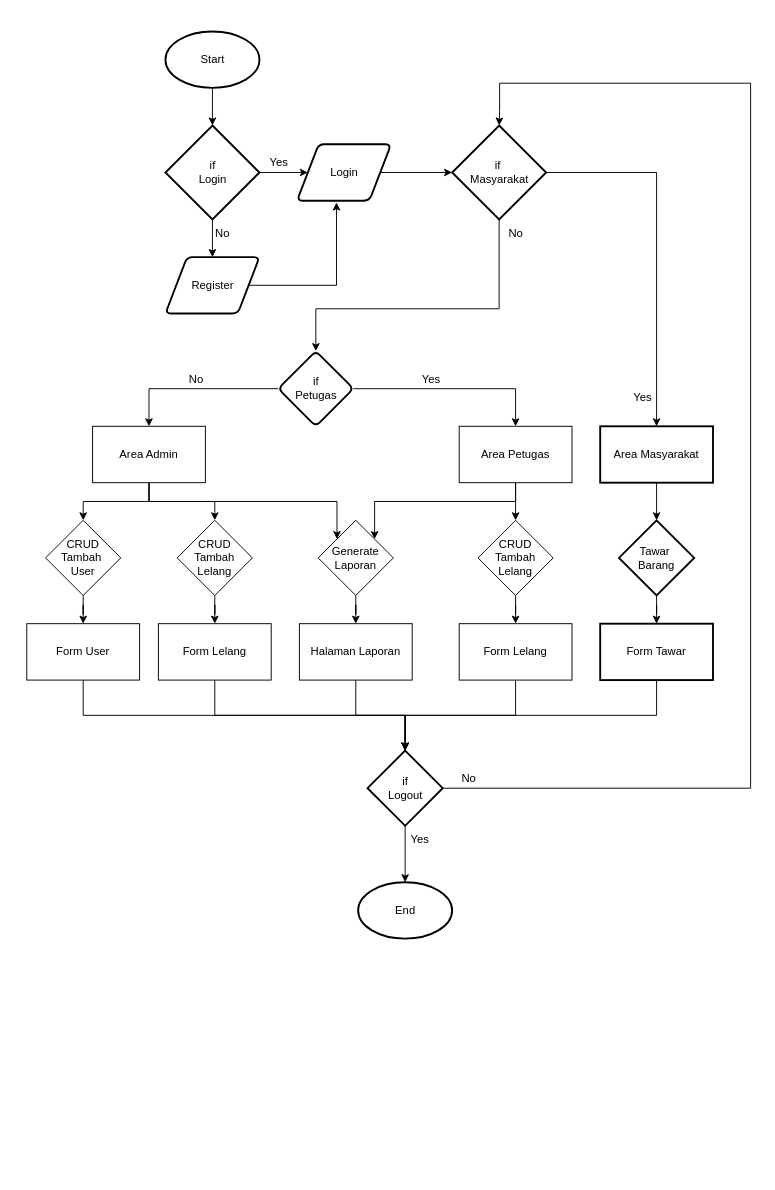
Earlier version of the draw.io diagram page "Flowchart" (2 of 7) of Untitled Diagram.drawio (Enricko/UML). Source tidied: cells renumbered, new cells numbered last; positions are measured from the earlier drawing's top-left corner, leaving out a move shared by most shapes. Both pictures are drawn from the tidied source at 94%, with x=0, y=0 at pixel (26, 31).
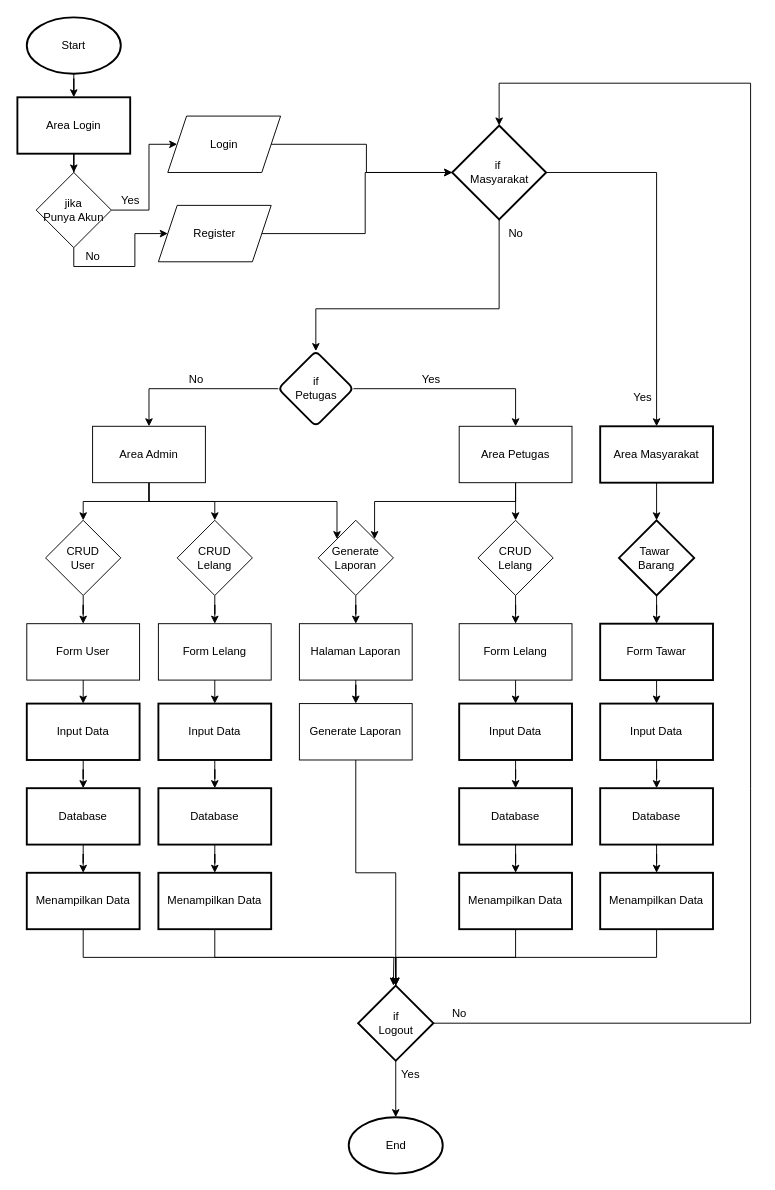
The same page after the edit.

The change refers to these unchanged cells:
```xml
<mxCell id="15" value="if&amp;nbsp;&lt;br&gt;Masyarakat" style="strokeWidth=2;html=1;shape=mxgraph.flowchart.decision;whiteSpace=wrap;" parent="1" vertex="1">
  <mxGeometry x="452.5" y="100" width="100" height="100" as="geometry" />
</mxCell>
<mxCell id="22" value="Form Tawar" style="whiteSpace=wrap;html=1;strokeWidth=2;" parent="1" vertex="1">
  <mxGeometry x="610" y="630" width="120" height="60" as="geometry" />
</mxCell>
<mxCell id="43" value="Form User" style="whiteSpace=wrap;html=1;rounded=0;" parent="1" vertex="1">
  <mxGeometry y="630" width="120" height="60" as="geometry" />
</mxCell>
<mxCell id="47" value="Form Lelang" style="whiteSpace=wrap;html=1;rounded=0;" parent="1" vertex="1">
  <mxGeometry x="460" y="630" width="120" height="60" as="geometry" />
</mxCell>
<mxCell id="51" value="Form Lelang" style="whiteSpace=wrap;html=1;rounded=0;" parent="1" vertex="1">
  <mxGeometry x="140" y="630" width="120" height="60" as="geometry" />
</mxCell>
<mxCell id="55" value="Halaman Laporan" style="whiteSpace=wrap;html=1;rounded=0;" parent="1" vertex="1">
  <mxGeometry x="290" y="630" width="120" height="60" as="geometry" />
</mxCell>
```

Diff of the diagram source:
```diff
@@
-    <mxCell id="2" style="edgeStyle=orthogonalEdgeStyle;rounded=0;jettySize=auto;html=1;exitX=0.5;exitY=1;exitDx=0;exitDy=0;exitPerimeter=0;entryX=0.5;entryY=0;entryDx=0;entryDy=0;entryPerimeter=0;" parent="1" edge="1" source="3" target="6">
-      <mxGeometry relative="1" as="geometry" />
-    </mxCell>
+    <mxCell id="58" style="edgeStyle=orthogonalEdgeStyle;rounded=0;jettySize=auto;html=1;" parent="1" edge="1" source="3" target="62">
+      <mxGeometry relative="1" as="geometry" />
+    </mxCell>
     <mxCell id="3" value="Start" style="strokeWidth=2;html=1;shape=mxgraph.flowchart.start_1;whiteSpace=wrap;" parent="1" vertex="1">
-      <mxGeometry x="147.5" width="100" height="60" as="geometry" />
+      <mxGeometry y="-15" width="100" height="60" as="geometry" />
     </mxCell>
-    <mxCell id="4" style="edgeStyle=orthogonalEdgeStyle;rounded=0;jettySize=auto;html=1;exitX=1;exitY=0.5;exitDx=0;exitDy=0;exitPerimeter=0;entryX=0;entryY=0.5;entryDx=0;entryDy=0;" parent="1" edge="1" source="6" target="10">
-      <mxGeometry relative="1" as="geometry" />
-    </mxCell>
-    <mxCell id="5" style="edgeStyle=orthogonalEdgeStyle;rounded=0;jettySize=auto;html=1;exitX=0.5;exitY=1;exitDx=0;exitDy=0;exitPerimeter=0;entryX=0.5;entryY=0;entryDx=0;entryDy=0;" parent="1" edge="1" source="6" target="8">
-      <mxGeometry relative="1" as="geometry" />
-    </mxCell>
-    <mxCell id="6" value="if&lt;br&gt;Login" style="strokeWidth=2;html=1;shape=mxgraph.flowchart.decision;whiteSpace=wrap;" parent="1" vertex="1">
-      <mxGeometry x="147.5" y="100" width="100" height="100" as="geometry" />
-    </mxCell>
-    <mxCell id="7" style="edgeStyle=orthogonalEdgeStyle;rounded=0;jettySize=auto;html=1;exitX=1;exitY=0.5;exitDx=0;exitDy=0;entryX=0.42;entryY=1.033;entryDx=0;entryDy=0;entryPerimeter=0;" parent="1" edge="1" source="8" target="10">
-      <mxGeometry relative="1" as="geometry" />
-    </mxCell>
-    <mxCell id="8" value="Register" style="shape=parallelogram;html=1;strokeWidth=2;perimeter=parallelogramPerimeter;whiteSpace=wrap;rounded=1;arcSize=12;size=0.23;" parent="1" vertex="1">
-      <mxGeometry x="147.5" y="240" width="100" height="60" as="geometry" />
-    </mxCell>
-    <mxCell id="9" style="edgeStyle=orthogonalEdgeStyle;rounded=0;jettySize=auto;html=1;exitX=1;exitY=0.5;exitDx=0;exitDy=0;entryX=0;entryY=0.5;entryDx=0;entryDy=0;entryPerimeter=0;" parent="1" edge="1" source="10" target="15">
-      <mxGeometry relative="1" as="geometry" />
-    </mxCell>
-    <mxCell id="10" value="Login" style="shape=parallelogram;html=1;strokeWidth=2;perimeter=parallelogramPerimeter;whiteSpace=wrap;rounded=1;arcSize=12;size=0.23;" parent="1" vertex="1">
-      <mxGeometry x="287.5" y="120" width="100" height="60" as="geometry" />
-    </mxCell>
-    <mxCell id="11" value="Yes" style="text;html=1;align=center;verticalAlign=middle;strokeColor=none;fillColor=none;" parent="1" vertex="1">
-      <mxGeometry x="247.5" y="125" width="40" height="30" as="geometry" />
-    </mxCell>
-    <mxCell id="12" value="No" style="text;html=1;align=center;verticalAlign=middle;strokeColor=none;fillColor=none;" parent="1" vertex="1">
-      <mxGeometry x="187.5" y="200" width="40" height="30" as="geometry" />
-    </mxCell>
@@
-    <mxCell id="21" style="edgeStyle=orthogonalEdgeStyle;rounded=0;jettySize=auto;html=1;exitX=0.5;exitY=1;exitDx=0;exitDy=0;entryX=0.5;entryY=0;entryDx=0;entryDy=0;" parent="1" edge="1" source="22" target="25">
-      <mxGeometry relative="1" as="geometry" />
-    </mxCell>
@@
     <mxCell id="25" value="if&lt;br&gt;Logout" style="rhombus;whiteSpace=wrap;html=1;strokeWidth=2;" parent="1" vertex="1">
-      <mxGeometry x="362.5" y="765" width="80" height="80" as="geometry" />
+      <mxGeometry x="352.5" y="1015" width="80" height="80" as="geometry" />
     </mxCell>
     <mxCell id="26" value="End" style="strokeWidth=2;html=1;shape=mxgraph.flowchart.start_1;whiteSpace=wrap;" parent="1" vertex="1">
-      <mxGeometry x="352.5" y="905" width="100" height="60" as="geometry" />
+      <mxGeometry x="342.5" y="1155" width="100" height="60" as="geometry" />
     </mxCell>
     <mxCell id="27" value="Yes" style="text;html=1;align=center;verticalAlign=middle;strokeColor=none;fillColor=none;" parent="1" vertex="1">
-      <mxGeometry x="397.5" y="845" width="40" height="30" as="geometry" />
+      <mxGeometry x="387.5" y="1095" width="40" height="30" as="geometry" />
     </mxCell>
@@
-    <mxCell id="41" value="CRUD Tambah&amp;nbsp;&lt;br&gt;User" style="rhombus;whiteSpace=wrap;html=1;rounded=0;" parent="1" vertex="1">
+    <mxCell id="41" value="CRUD&lt;br&gt;User" style="rhombus;whiteSpace=wrap;html=1;rounded=0;" parent="1" vertex="1">
       <mxGeometry x="20" y="520" width="80" height="80" as="geometry" />
     </mxCell>
-    <mxCell id="42" style="edgeStyle=orthogonalEdgeStyle;rounded=0;jettySize=auto;html=1;exitX=0.5;exitY=1;exitDx=0;exitDy=0;" parent="1" edge="1" source="43" target="25">
-      <mxGeometry relative="1" as="geometry" />
-    </mxCell>
@@
-    <mxCell id="45" value="CRUD Tambah Lelang" style="rhombus;whiteSpace=wrap;html=1;rounded=0;" parent="1" vertex="1">
+    <mxCell id="45" value="CRUD&lt;br&gt;Lelang" style="rhombus;whiteSpace=wrap;html=1;rounded=0;" parent="1" vertex="1">
       <mxGeometry x="480" y="520" width="80" height="80" as="geometry" />
     </mxCell>
-    <mxCell id="46" style="edgeStyle=orthogonalEdgeStyle;rounded=0;jettySize=auto;html=1;exitX=0.5;exitY=1;exitDx=0;exitDy=0;entryX=0.5;entryY=0;entryDx=0;entryDy=0;" parent="1" edge="1" source="47" target="25">
-      <mxGeometry relative="1" as="geometry" />
-    </mxCell>
+    <mxCell id="59" style="edgeStyle=orthogonalEdgeStyle;rounded=0;jettySize=auto;html=1;exitX=0.5;exitY=1;exitDx=0;exitDy=0;entryX=0.5;entryY=0;entryDx=0;entryDy=0;" parent="1" edge="1" source="47">
+      <mxGeometry relative="1" as="geometry">
+        <mxPoint x="520" y="715" as="targetPoint" />
+      </mxGeometry>
+    </mxCell>
@@
-    <mxCell id="49" value="CRUD Tambah Lelang" style="rhombus;whiteSpace=wrap;html=1;rounded=0;" parent="1" vertex="1">
+    <mxCell id="49" value="CRUD&lt;br&gt;Lelang" style="rhombus;whiteSpace=wrap;html=1;rounded=0;" parent="1" vertex="1">
       <mxGeometry x="160" y="520" width="80" height="80" as="geometry" />
     </mxCell>
-    <mxCell id="50" style="edgeStyle=orthogonalEdgeStyle;rounded=0;jettySize=auto;html=1;exitX=0.5;exitY=1;exitDx=0;exitDy=0;entryX=0.5;entryY=0;entryDx=0;entryDy=0;" parent="1" edge="1" source="51" target="25">
-      <mxGeometry relative="1" as="geometry" />
-    </mxCell>
@@
-    <mxCell id="54" style="edgeStyle=orthogonalEdgeStyle;rounded=0;jettySize=auto;html=1;exitX=0.5;exitY=1;exitDx=0;exitDy=0;entryX=0.5;entryY=0;entryDx=0;entryDy=0;" parent="1" edge="1" source="55" target="25">
-      <mxGeometry relative="1" as="geometry" />
-    </mxCell>
+    <mxCell id="60" style="edgeStyle=orthogonalEdgeStyle;rounded=0;jettySize=auto;html=1;" parent="1" edge="1" source="55" target="68">
+      <mxGeometry relative="1" as="geometry" />
+    </mxCell>
@@
     <mxCell id="57" value="No" style="text;html=1;align=center;verticalAlign=middle;strokeColor=none;fillColor=none;" parent="1" vertex="1">
-      <mxGeometry x="450" y="780" width="40" height="30" as="geometry" />
+      <mxGeometry x="440" y="1030" width="40" height="30" as="geometry" />
     </mxCell>
+    <mxCell id="61" style="edgeStyle=orthogonalEdgeStyle;rounded=0;jettySize=auto;html=1;exitX=0.5;exitY=1;exitDx=0;exitDy=0;" parent="1" edge="1" source="62" target="65">
+      <mxGeometry relative="1" as="geometry" />
+    </mxCell>
+    <mxCell id="62" value="Area Login" style="whiteSpace=wrap;html=1;strokeWidth=2;" parent="1" vertex="1">
+      <mxGeometry x="-10" y="70" width="120" height="60" as="geometry" />
+    </mxCell>
+    <mxCell id="63" style="edgeStyle=orthogonalEdgeStyle;rounded=0;jettySize=auto;html=1;" parent="1" edge="1" source="65" target="10">
+      <mxGeometry relative="1" as="geometry">
+        <Array as="points">
+          <mxPoint x="130" y="190" />
+          <mxPoint x="130" y="120" />
+        </Array>
+      </mxGeometry>
+    </mxCell>
+    <mxCell id="64" style="edgeStyle=orthogonalEdgeStyle;rounded=0;jettySize=auto;html=1;exitX=0.5;exitY=1;exitDx=0;exitDy=0;entryX=0;entryY=0.5;entryDx=0;entryDy=0;" parent="1" edge="1" source="65" target="8">
+      <mxGeometry relative="1" as="geometry" />
+    </mxCell>
+    <mxCell id="65" value="jika&lt;br&gt;Punya Akun" style="rhombus;whiteSpace=wrap;html=1;strokeWidth=1;" parent="1" vertex="1">
+      <mxGeometry x="10" y="150" width="80" height="80" as="geometry" />
+    </mxCell>
+    <mxCell id="9" style="edgeStyle=orthogonalEdgeStyle;rounded=0;jettySize=auto;html=1;exitX=1;exitY=0.5;exitDx=0;exitDy=0;entryX=0;entryY=0.5;entryDx=0;entryDy=0;entryPerimeter=0;" parent="1" edge="1" source="10" target="15">
+      <mxGeometry relative="1" as="geometry" />
+    </mxCell>
+    <mxCell id="10" value="Login" style="shape=parallelogram;perimeter=parallelogramPerimeter;whiteSpace=wrap;html=1;fixedSize=1;strokeWidth=1;" parent="1" vertex="1">
+      <mxGeometry x="150" y="90" width="120" height="60" as="geometry" />
+    </mxCell>
+    <mxCell id="66" style="edgeStyle=orthogonalEdgeStyle;rounded=0;jettySize=auto;html=1;exitX=1;exitY=0.5;exitDx=0;exitDy=0;" parent="1" edge="1" source="8" target="15">
+      <mxGeometry relative="1" as="geometry">
+        <Array as="points">
+          <mxPoint x="360" y="215" />
+          <mxPoint x="360" y="150" />
+        </Array>
+      </mxGeometry>
+    </mxCell>
+    <mxCell id="8" value="Register" style="shape=parallelogram;perimeter=parallelogramPerimeter;whiteSpace=wrap;html=1;fixedSize=1;strokeWidth=1;" parent="1" vertex="1">
+      <mxGeometry x="140" y="185" width="120" height="60" as="geometry" />
+    </mxCell>
+    <mxCell id="11" value="Yes" style="text;html=1;align=center;verticalAlign=middle;strokeColor=none;fillColor=none;" parent="1" vertex="1">
+      <mxGeometry x="90" y="165" width="40" height="30" as="geometry" />
+    </mxCell>
+    <mxCell id="12" value="No" style="text;html=1;align=center;verticalAlign=middle;strokeColor=none;fillColor=none;" parent="1" vertex="1">
+      <mxGeometry x="50" y="225" width="40" height="30" as="geometry" />
+    </mxCell>
+    <mxCell id="67" style="edgeStyle=orthogonalEdgeStyle;rounded=0;jettySize=auto;html=1;exitX=0.5;exitY=1;exitDx=0;exitDy=0;entryX=0.5;entryY=0;entryDx=0;entryDy=0;" parent="1" edge="1" source="68" target="25">
+      <mxGeometry relative="1" as="geometry" />
+    </mxCell>
+    <mxCell id="68" value="Generate Laporan" style="whiteSpace=wrap;html=1;" parent="1" vertex="1">
+      <mxGeometry x="290" y="715" width="120" height="60" as="geometry" />
+    </mxCell>
+    <mxCell id="69" style="edgeStyle=orthogonalEdgeStyle;rounded=0;jettySize=auto;html=1;" parent="1" edge="1" source="70" target="72">
+      <mxGeometry relative="1" as="geometry" />
+    </mxCell>
+    <mxCell id="70" value="Input Data" style="whiteSpace=wrap;html=1;strokeWidth=2;" parent="1" vertex="1">
+      <mxGeometry x="460" y="715" width="120" height="60" as="geometry" />
+    </mxCell>
+    <mxCell id="71" style="edgeStyle=orthogonalEdgeStyle;rounded=0;jettySize=auto;html=1;" parent="1" edge="1" source="72" target="74">
+      <mxGeometry relative="1" as="geometry" />
+    </mxCell>
+    <mxCell id="72" value="Database" style="whiteSpace=wrap;html=1;strokeWidth=2;" parent="1" vertex="1">
+      <mxGeometry x="460" y="805" width="120" height="60" as="geometry" />
+    </mxCell>
+    <mxCell id="73" style="edgeStyle=orthogonalEdgeStyle;rounded=0;jettySize=auto;html=1;exitX=0.5;exitY=1;exitDx=0;exitDy=0;entryX=0.5;entryY=0;entryDx=0;entryDy=0;" parent="1" edge="1" source="74" target="25">
+      <mxGeometry relative="1" as="geometry" />
+    </mxCell>
+    <mxCell id="74" value="Menampilkan Data" style="whiteSpace=wrap;html=1;strokeWidth=2;" parent="1" vertex="1">
+      <mxGeometry x="460" y="895" width="120" height="60" as="geometry" />
+    </mxCell>
+    <mxCell id="75" style="edgeStyle=orthogonalEdgeStyle;rounded=0;orthogonalLoop=1;jettySize=auto;html=1;exitX=0.5;exitY=1;exitDx=0;exitDy=0;entryX=0.5;entryY=0;entryDx=0;entryDy=0;" parent="1" edge="1">
+      <mxGeometry relative="1" as="geometry">
+        <mxPoint x="670" y="690" as="sourcePoint" />
+        <mxPoint x="670" y="715" as="targetPoint" />
+      </mxGeometry>
+    </mxCell>
+    <mxCell id="76" style="edgeStyle=orthogonalEdgeStyle;rounded=0;jettySize=auto;html=1;" parent="1" edge="1" source="77" target="79">
+      <mxGeometry relative="1" as="geometry" />
+    </mxCell>
+    <mxCell id="77" value="Input Data" style="whiteSpace=wrap;html=1;strokeWidth=2;" parent="1" vertex="1">
+      <mxGeometry x="610" y="715" width="120" height="60" as="geometry" />
+    </mxCell>
+    <mxCell id="78" style="edgeStyle=orthogonalEdgeStyle;rounded=0;jettySize=auto;html=1;" parent="1" edge="1" source="79" target="81">
+      <mxGeometry relative="1" as="geometry" />
+    </mxCell>
+    <mxCell id="79" value="Database" style="whiteSpace=wrap;html=1;strokeWidth=2;" parent="1" vertex="1">
+      <mxGeometry x="610" y="805" width="120" height="60" as="geometry" />
+    </mxCell>
+    <mxCell id="80" style="edgeStyle=orthogonalEdgeStyle;rounded=0;jettySize=auto;html=1;exitX=0.5;exitY=1;exitDx=0;exitDy=0;entryX=0.5;entryY=0;entryDx=0;entryDy=0;" parent="1" edge="1" source="81" target="25">
+      <mxGeometry relative="1" as="geometry" />
+    </mxCell>
+    <mxCell id="81" value="Menampilkan Data" style="whiteSpace=wrap;html=1;strokeWidth=2;" parent="1" vertex="1">
+      <mxGeometry x="610" y="895" width="120" height="60" as="geometry" />
+    </mxCell>
+    <mxCell id="82" style="edgeStyle=orthogonalEdgeStyle;rounded=0;orthogonalLoop=1;jettySize=auto;html=1;exitX=0.5;exitY=1;exitDx=0;exitDy=0;entryX=0.5;entryY=0;entryDx=0;entryDy=0;" parent="1" edge="1">
+      <mxGeometry relative="1" as="geometry">
+        <mxPoint x="200" y="690" as="sourcePoint" />
+        <mxPoint x="200" y="715" as="targetPoint" />
+      </mxGeometry>
+    </mxCell>
+    <mxCell id="83" style="edgeStyle=orthogonalEdgeStyle;rounded=0;jettySize=auto;html=1;" parent="1" edge="1" source="84" target="86">
+      <mxGeometry relative="1" as="geometry" />
+    </mxCell>
+    <mxCell id="84" value="Input Data" style="whiteSpace=wrap;html=1;strokeWidth=2;" parent="1" vertex="1">
+      <mxGeometry x="140" y="715" width="120" height="60" as="geometry" />
+    </mxCell>
+    <mxCell id="85" style="edgeStyle=orthogonalEdgeStyle;rounded=0;jettySize=auto;html=1;" parent="1" edge="1" source="86" target="88">
+      <mxGeometry relative="1" as="geometry" />
+    </mxCell>
+    <mxCell id="86" value="Database" style="whiteSpace=wrap;html=1;strokeWidth=2;" parent="1" vertex="1">
+      <mxGeometry x="140" y="805" width="120" height="60" as="geometry" />
+    </mxCell>
+    <mxCell id="87" style="edgeStyle=orthogonalEdgeStyle;rounded=0;jettySize=auto;html=1;exitX=0.5;exitY=1;exitDx=0;exitDy=0;" parent="1" edge="1" source="88">
+      <mxGeometry relative="1" as="geometry">
+        <mxPoint x="390" y="1015" as="targetPoint" />
+      </mxGeometry>
+    </mxCell>
+    <mxCell id="88" value="Menampilkan Data" style="whiteSpace=wrap;html=1;strokeWidth=2;" parent="1" vertex="1">
+      <mxGeometry x="140" y="895" width="120" height="60" as="geometry" />
+    </mxCell>
+    <mxCell id="89" style="edgeStyle=orthogonalEdgeStyle;rounded=0;orthogonalLoop=1;jettySize=auto;html=1;exitX=0.5;exitY=1;exitDx=0;exitDy=0;entryX=0.5;entryY=0;entryDx=0;entryDy=0;" parent="1" edge="1">
+      <mxGeometry relative="1" as="geometry">
+        <mxPoint x="60" y="690" as="sourcePoint" />
+        <mxPoint x="60" y="715" as="targetPoint" />
+      </mxGeometry>
+    </mxCell>
+    <mxCell id="90" style="edgeStyle=orthogonalEdgeStyle;rounded=0;jettySize=auto;html=1;" parent="1" edge="1" source="91" target="93">
+      <mxGeometry relative="1" as="geometry" />
+    </mxCell>
+    <mxCell id="91" value="Input Data" style="whiteSpace=wrap;html=1;strokeWidth=2;" parent="1" vertex="1">
+      <mxGeometry y="715" width="120" height="60" as="geometry" />
+    </mxCell>
+    <mxCell id="92" style="edgeStyle=orthogonalEdgeStyle;rounded=0;jettySize=auto;html=1;" parent="1" edge="1" source="93" target="95">
+      <mxGeometry relative="1" as="geometry" />
+    </mxCell>
+    <mxCell id="93" value="Database" style="whiteSpace=wrap;html=1;strokeWidth=2;" parent="1" vertex="1">
+      <mxGeometry y="805" width="120" height="60" as="geometry" />
+    </mxCell>
+    <mxCell id="94" style="edgeStyle=orthogonalEdgeStyle;rounded=0;jettySize=auto;html=1;exitX=0.5;exitY=1;exitDx=0;exitDy=0;entryX=0.5;entryY=0;entryDx=0;entryDy=0;" parent="1" edge="1" source="95" target="25">
+      <mxGeometry relative="1" as="geometry" />
+    </mxCell>
+    <mxCell id="95" value="Menampilkan Data" style="whiteSpace=wrap;html=1;strokeWidth=2;" parent="1" vertex="1">
+      <mxGeometry y="895" width="120" height="60" as="geometry" />
+    </mxCell>
```
